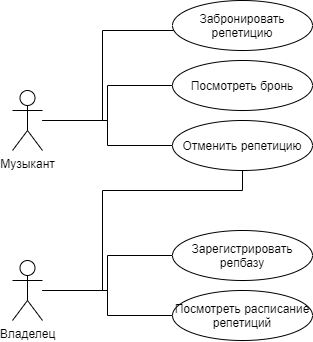
This is diagrams/Use-Case.png from aavortep/SWD, a draw.io export, as it was before one commit. Source tidied: cells renumbered, new cells last; positions are measured from the earlier drawing's top-left corner, leaving out a move shared by most shapes. Source of this version:
```xml
<mxGraphModel>
  <root>
    <mxCell id="0" />
    <mxCell id="1" parent="0" />
    <mxCell id="2" style="edgeStyle=orthogonalEdgeStyle;rounded=0;jettySize=auto;html=1;endArrow=none;endFill=0;" parent="1" edge="1" source="3" target="6">
      <mxGeometry relative="1" as="geometry">
        <Array as="points">
          <mxPoint x="90" y="120" />
          <mxPoint x="90" y="30" />
        </Array>
      </mxGeometry>
    </mxCell>
    <mxCell id="3" value="Музыкант" style="shape=umlActor;verticalLabelPosition=bottom;verticalAlign=top;html=1;" parent="1" vertex="1">
      <mxGeometry y="90" width="30" height="60" as="geometry" />
    </mxCell>
    <mxCell id="4" style="edgeStyle=orthogonalEdgeStyle;rounded=0;jettySize=auto;html=1;endArrow=none;endFill=0;entryX=0.5;entryY=1;entryDx=0;entryDy=0;" parent="1" edge="1" source="5" target="8">
      <mxGeometry relative="1" as="geometry">
        <Array as="points">
          <mxPoint x="90" y="290" />
          <mxPoint x="90" y="190" />
          <mxPoint x="230" y="190" />
        </Array>
      </mxGeometry>
    </mxCell>
    <mxCell id="5" value="Владелец" style="shape=umlActor;verticalLabelPosition=bottom;verticalAlign=top;html=1;" parent="1" vertex="1">
      <mxGeometry y="260" width="30" height="60" as="geometry" />
    </mxCell>
    <mxCell id="6" value="Забронировать репетицию" style="ellipse;whiteSpace=wrap;html=1;" parent="1" vertex="1">
      <mxGeometry x="160" width="140" height="50" as="geometry" />
    </mxCell>
    <mxCell id="7" style="edgeStyle=orthogonalEdgeStyle;rounded=0;jettySize=auto;html=1;exitX=0;exitY=0.5;exitDx=0;exitDy=0;endArrow=none;endFill=0;" parent="1" edge="1" source="8" target="3">
      <mxGeometry relative="1" as="geometry" />
    </mxCell>
    <mxCell id="8" value="Отменить репетицию" style="ellipse;whiteSpace=wrap;html=1;" parent="1" vertex="1">
      <mxGeometry x="160" y="120" width="140" height="50" as="geometry" />
    </mxCell>
    <mxCell id="9" style="edgeStyle=orthogonalEdgeStyle;rounded=0;jettySize=auto;html=1;exitX=0;exitY=0.5;exitDx=0;exitDy=0;endArrow=none;endFill=0;" parent="1" edge="1" source="10" target="5">
      <mxGeometry relative="1" as="geometry" />
    </mxCell>
    <mxCell id="10" value="Зарегистрировать репбазу" style="ellipse;whiteSpace=wrap;html=1;" parent="1" vertex="1">
      <mxGeometry x="160" y="230" width="140" height="50" as="geometry" />
    </mxCell>
    <mxCell id="11" style="edgeStyle=orthogonalEdgeStyle;rounded=0;jettySize=auto;html=1;exitX=0;exitY=0.5;exitDx=0;exitDy=0;endArrow=none;endFill=0;" parent="1" edge="1" source="12" target="3">
      <mxGeometry relative="1" as="geometry" />
    </mxCell>
    <mxCell id="12" value="Посмотреть бронь" style="ellipse;whiteSpace=wrap;html=1;" parent="1" vertex="1">
      <mxGeometry x="160" y="60" width="140" height="50" as="geometry" />
    </mxCell>
    <mxCell id="13" style="edgeStyle=orthogonalEdgeStyle;rounded=0;jettySize=auto;html=1;exitX=0;exitY=0.5;exitDx=0;exitDy=0;endArrow=none;endFill=0;" parent="1" edge="1" source="14" target="5">
      <mxGeometry relative="1" as="geometry" />
    </mxCell>
    <mxCell id="14" value="Посмотреть расписание репетиций" style="ellipse;whiteSpace=wrap;html=1;" parent="1" vertex="1">
      <mxGeometry x="160" y="290" width="140" height="50" as="geometry" />
    </mxCell>
  </root>
</mxGraphModel>
```
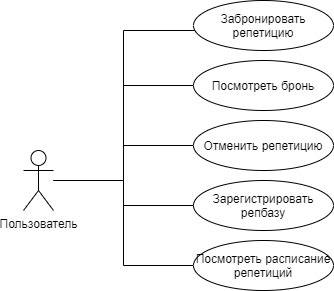
Above is the later version.

Diff of the diagram source:
```diff
@@ -5,26 +5,14 @@
     <mxCell id="2" style="edgeStyle=orthogonalEdgeStyle;rounded=0;jettySize=auto;html=1;endArrow=none;endFill=0;" parent="1" edge="1" source="3" target="6">
       <mxGeometry relative="1" as="geometry">
         <Array as="points">
-          <mxPoint x="90" y="120" />
+          <mxPoint x="90" y="180" />
           <mxPoint x="90" y="30" />
         </Array>
       </mxGeometry>
     </mxCell>
-    <mxCell id="3" value="Музыкант" style="shape=umlActor;verticalLabelPosition=bottom;verticalAlign=top;html=1;" parent="1" vertex="1">
-      <mxGeometry y="90" width="30" height="60" as="geometry" />
+    <mxCell id="3" value="Пользователь" style="shape=umlActor;verticalLabelPosition=bottom;verticalAlign=top;html=1;" parent="1" vertex="1">
+      <mxGeometry x="-10" y="150" width="30" height="60" as="geometry" />
     </mxCell>
-    <mxCell id="4" style="edgeStyle=orthogonalEdgeStyle;rounded=0;jettySize=auto;html=1;endArrow=none;endFill=0;entryX=0.5;entryY=1;entryDx=0;entryDy=0;" parent="1" edge="1" source="5" target="8">
-      <mxGeometry relative="1" as="geometry">
-        <Array as="points">
-          <mxPoint x="90" y="290" />
-          <mxPoint x="90" y="190" />
-          <mxPoint x="230" y="190" />
-        </Array>
-      </mxGeometry>
-    </mxCell>
-    <mxCell id="5" value="Владелец" style="shape=umlActor;verticalLabelPosition=bottom;verticalAlign=top;html=1;" parent="1" vertex="1">
-      <mxGeometry y="260" width="30" height="60" as="geometry" />
-    </mxCell>
     <mxCell id="6" value="Забронировать репетицию" style="ellipse;whiteSpace=wrap;html=1;" parent="1" vertex="1">
       <mxGeometry x="160" width="140" height="50" as="geometry" />
     </mxCell>
@@ -34,23 +22,31 @@
     <mxCell id="8" value="Отменить репетицию" style="ellipse;whiteSpace=wrap;html=1;" parent="1" vertex="1">
       <mxGeometry x="160" y="120" width="140" height="50" as="geometry" />
     </mxCell>
-    <mxCell id="9" style="edgeStyle=orthogonalEdgeStyle;rounded=0;jettySize=auto;html=1;exitX=0;exitY=0.5;exitDx=0;exitDy=0;endArrow=none;endFill=0;" parent="1" edge="1" source="10" target="5">
-      <mxGeometry relative="1" as="geometry" />
-    </mxCell>
     <mxCell id="10" value="Зарегистрировать репбазу" style="ellipse;whiteSpace=wrap;html=1;" parent="1" vertex="1">
-      <mxGeometry x="160" y="230" width="140" height="50" as="geometry" />
+      <mxGeometry x="160" y="180" width="140" height="50" as="geometry" />
     </mxCell>
-    <mxCell id="11" style="edgeStyle=orthogonalEdgeStyle;rounded=0;jettySize=auto;html=1;exitX=0;exitY=0.5;exitDx=0;exitDy=0;endArrow=none;endFill=0;" parent="1" edge="1" source="12" target="3">
-      <mxGeometry relative="1" as="geometry" />
+    <mxCell id="11" style="edgeStyle=orthogonalEdgeStyle;rounded=0;jettySize=auto;html=1;exitX=0;exitY=0.5;exitDx=0;exitDy=0;endArrow=none;endFill=0;entryX=0;entryY=0.5;entryDx=0;entryDy=0;" parent="1" edge="1" source="12" target="10">
+      <mxGeometry relative="1" as="geometry">
+        <Array as="points">
+          <mxPoint x="90" y="85" />
+          <mxPoint x="90" y="205" />
+        </Array>
+      </mxGeometry>
     </mxCell>
     <mxCell id="12" value="Посмотреть бронь" style="ellipse;whiteSpace=wrap;html=1;" parent="1" vertex="1">
       <mxGeometry x="160" y="60" width="140" height="50" as="geometry" />
     </mxCell>
-    <mxCell id="13" style="edgeStyle=orthogonalEdgeStyle;rounded=0;jettySize=auto;html=1;exitX=0;exitY=0.5;exitDx=0;exitDy=0;endArrow=none;endFill=0;" parent="1" edge="1" source="14" target="5">
-      <mxGeometry relative="1" as="geometry" />
-    </mxCell>
+    <mxCell id="15" style="edgeStyle=orthogonalEdgeStyle;rounded=0;jettySize=auto;html=1;exitX=0;exitY=0.5;exitDx=0;exitDy=0;endArrow=none;endFill=0;" parent="1" edge="1" source="14">
+      <mxGeometry relative="1" as="geometry">
+        <mxPoint x="20" y="180" as="targetPoint" />
+        <Array as="points">
+          <mxPoint x="90" y="265" />
+          <mxPoint x="90" y="180" />
+        </Array>
+      </mxGeometry>
+    </mxCell>
     <mxCell id="14" value="Посмотреть расписание репетиций" style="ellipse;whiteSpace=wrap;html=1;" parent="1" vertex="1">
-      <mxGeometry x="160" y="290" width="140" height="50" as="geometry" />
+      <mxGeometry x="160" y="240" width="140" height="50" as="geometry" />
     </mxCell>
   </root>
 </mxGraphModel>
```
